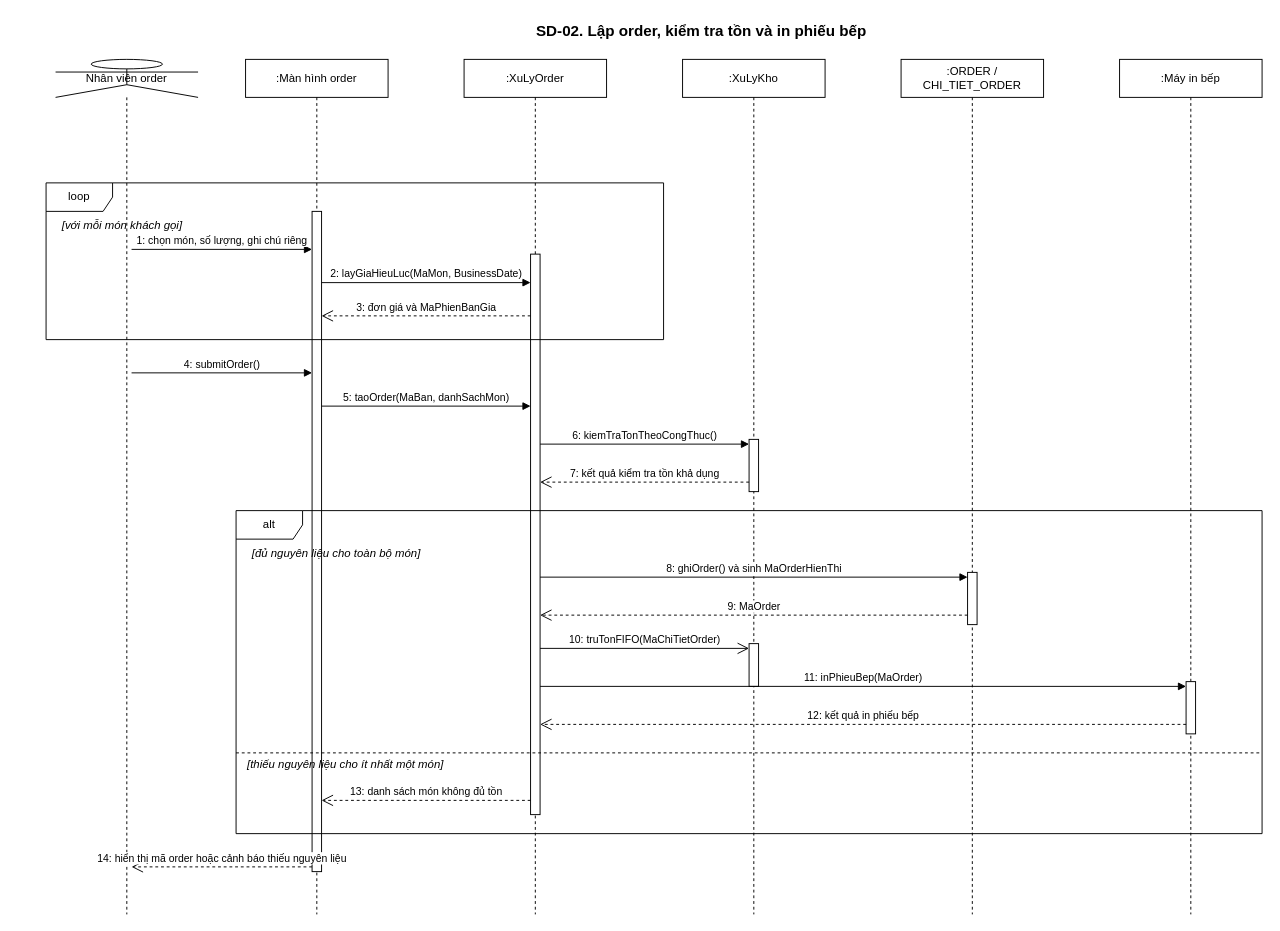
Earlier version of the draw.io diagram page "SD-02. Lập và gửi order xuống bếp" (2 of 6) of docs/SequenceDiagram_HeThongQuanLyNhaHang.drawio (nminhzzz/restaurant-management-ai). Source tidied: cells renumbered, new cells numbered last; positions are measured from the earlier drawing's top-left corner, leaving out a move shared by most shapes. Both pictures are drawn from the tidied source at 95%, with x=0, y=0 at pixel (46, 16).
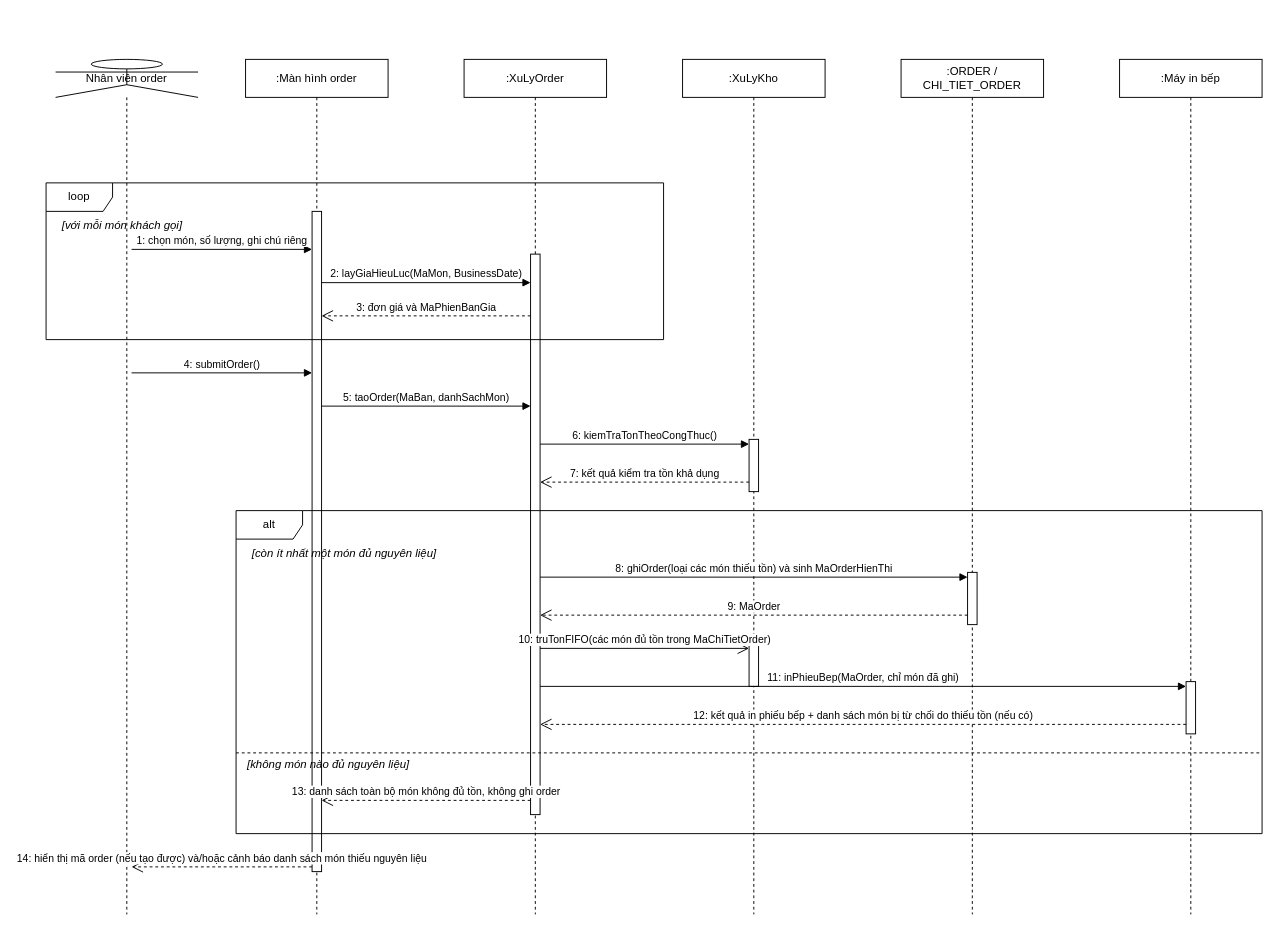
After the change.

Diff of the diagram source:
```diff
@@
-    <mxCell id="2" value="&lt;b&gt;&lt;font style=&quot;font-size: 16px;&quot;&gt;SD-02. Lập order, kiểm tra tồn và in phiếu bếp&lt;/font&gt;&lt;/b&gt;" style="text;html=1;align=center;verticalAlign=middle;whiteSpace=wrap;rounded=0;" parent="1" vertex="1">
-      <mxGeometry x="390" width="600" height="30" as="geometry" />
-    </mxCell>
@@
-    <mxCell id="25" value="[đủ nguyên liệu cho toàn bộ món]" style="text;html=1;align=left;verticalAlign=middle;whiteSpace=wrap;rounded=0;fontStyle=2;" parent="1" vertex="1">
-      <mxGeometry x="215" y="553" width="300" height="24" as="geometry" />
+    <mxCell id="25" value="[còn ít nhất một món đủ nguyên liệu]" style="text;html=1;align=left;verticalAlign=middle;whiteSpace=wrap;rounded=0;fontStyle=2;" parent="1" vertex="1">
+      <mxGeometry x="215" y="553" width="320" height="24" as="geometry" />
     </mxCell>
-    <mxCell id="26" value="8: ghiOrder() và sinh MaOrderHienThi" style="html=1;verticalAlign=bottom;endArrow=block;rounded=0;endFill=1;" parent="1" edge="1">
+    <mxCell id="26" value="8: ghiOrder(loại các món thiếu tồn) và sinh MaOrderHienThi" style="html=1;verticalAlign=bottom;endArrow=block;rounded=0;endFill=1;" parent="1" edge="1">
       <mxGeometry relative="1" as="geometry">
         <mxPoint x="520" y="590" as="sourcePoint" />
         <mxPoint x="970" y="590" as="targetPoint" />
       </mxGeometry>
     </mxCell>
@@
-    <mxCell id="28" value="10: truTonFIFO(MaChiTietOrder)" style="html=1;verticalAlign=bottom;endArrow=open;endSize=10;rounded=0;" parent="1" edge="1">
+    <mxCell id="28" value="10: truTonFIFO(các món đủ tồn trong MaChiTietOrder)" style="html=1;verticalAlign=bottom;endArrow=open;endSize=10;rounded=0;" parent="1" edge="1">
       <mxGeometry relative="1" as="geometry">
         <mxPoint x="520" y="665" as="sourcePoint" />
         <mxPoint x="740" y="665" as="targetPoint" />
       </mxGeometry>
     </mxCell>
-    <mxCell id="29" value="11: inPhieuBep(MaOrder)" style="html=1;verticalAlign=bottom;endArrow=block;rounded=0;endFill=1;" parent="1" edge="1">
+    <mxCell id="29" value="11: inPhieuBep(MaOrder, chỉ món đã ghi)" style="html=1;verticalAlign=bottom;endArrow=block;rounded=0;endFill=1;" parent="1" edge="1">
       <mxGeometry relative="1" as="geometry">
         <mxPoint x="520" y="705" as="sourcePoint" />
         <mxPoint x="1200" y="705" as="targetPoint" />
       </mxGeometry>
     </mxCell>
-    <mxCell id="30" value="12: kết quả in phiếu bếp" style="html=1;verticalAlign=bottom;endArrow=open;endSize=10;dashed=1;rounded=0;" parent="1" edge="1">
+    <mxCell id="30" value="12: kết quả in phiếu bếp + danh sách món bị từ chối do thiếu tồn (nếu có)" style="html=1;verticalAlign=bottom;endArrow=open;endSize=10;dashed=1;rounded=0;" parent="1" edge="1">
       <mxGeometry relative="1" as="geometry">
         <mxPoint x="1200" y="745" as="sourcePoint" />
         <mxPoint x="520" y="745" as="targetPoint" />
       </mxGeometry>
     </mxCell>
@@
-    <mxCell id="32" value="[thiếu nguyên liệu cho ít nhất một món]" style="text;html=1;align=left;verticalAlign=middle;whiteSpace=wrap;rounded=0;fontStyle=2;" parent="1" vertex="1">
+    <mxCell id="32" value="[không món nào đủ nguyên liệu]" style="text;html=1;align=left;verticalAlign=middle;whiteSpace=wrap;rounded=0;fontStyle=2;" parent="1" vertex="1">
       <mxGeometry x="210" y="775" width="320" height="24" as="geometry" />
     </mxCell>
-    <mxCell id="33" value="13: danh sách món không đủ tồn" style="html=1;verticalAlign=bottom;endArrow=open;endSize=10;dashed=1;rounded=0;" parent="1" edge="1">
+    <mxCell id="33" value="13: danh sách toàn bộ món không đủ tồn, không ghi order" style="html=1;verticalAlign=bottom;endArrow=open;endSize=10;dashed=1;rounded=0;" parent="1" edge="1">
       <mxGeometry relative="1" as="geometry">
         <mxPoint x="510" y="825" as="sourcePoint" />
         <mxPoint x="290" y="825" as="targetPoint" />
       </mxGeometry>
     </mxCell>
-    <mxCell id="34" value="14: hiển thị mã order hoặc cảnh báo thiếu nguyên liệu" style="html=1;verticalAlign=bottom;endArrow=open;endSize=10;dashed=1;rounded=0;" parent="1" edge="1">
+    <mxCell id="34" value="14: hiển thị mã order (nếu tạo được) và/hoặc cảnh báo danh sách món thiếu nguyên liệu" style="html=1;verticalAlign=bottom;endArrow=open;endSize=10;dashed=1;rounded=0;" parent="1" edge="1">
       <mxGeometry relative="1" as="geometry">
         <mxPoint x="280" y="895" as="sourcePoint" />
         <mxPoint x="90" y="895" as="targetPoint" />
       </mxGeometry>
     </mxCell>
```
